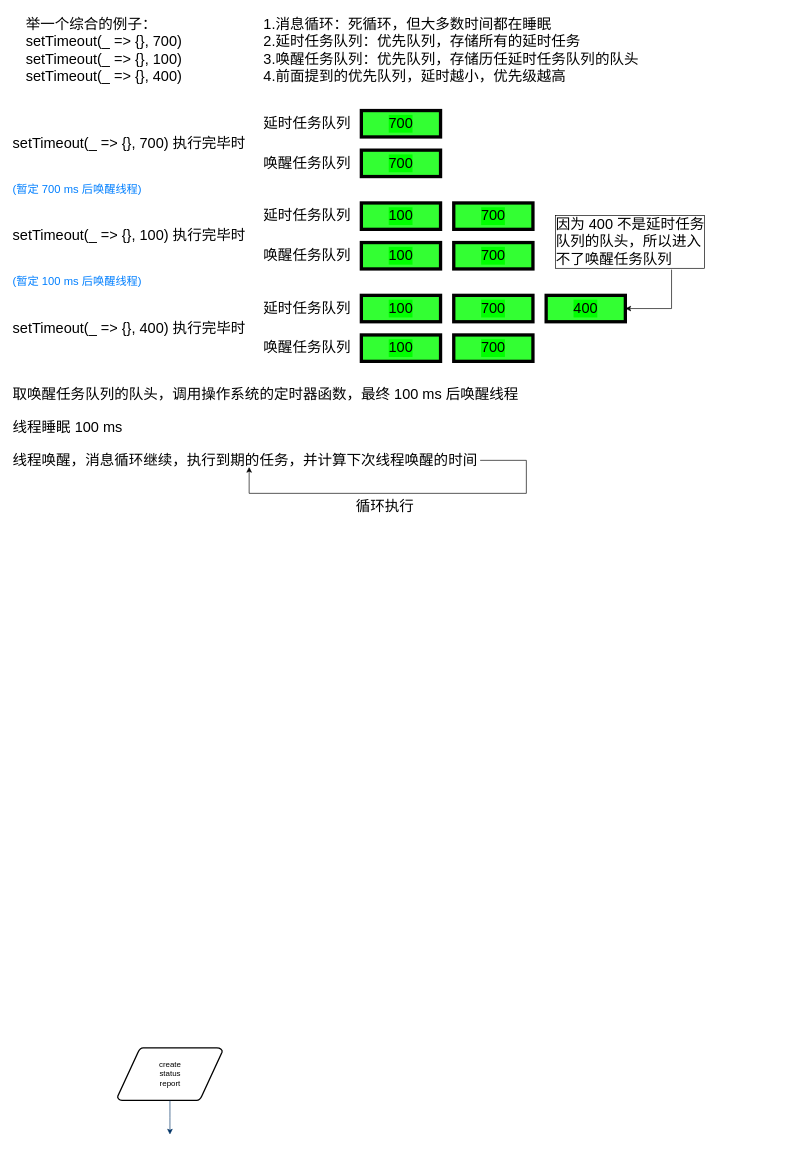
xudale/blog keeps this draw.io diagram as assets/Untitled Diagram.drawio. Above is the earlier version. Source tidied: cells renumbered, new cells numbered last; positions are measured from the earlier drawing's top-left corner, leaving out a move shared by most shapes. Both pictures are drawn from the tidied source at 66%, with x=0, y=0 at pixel (11, 11).
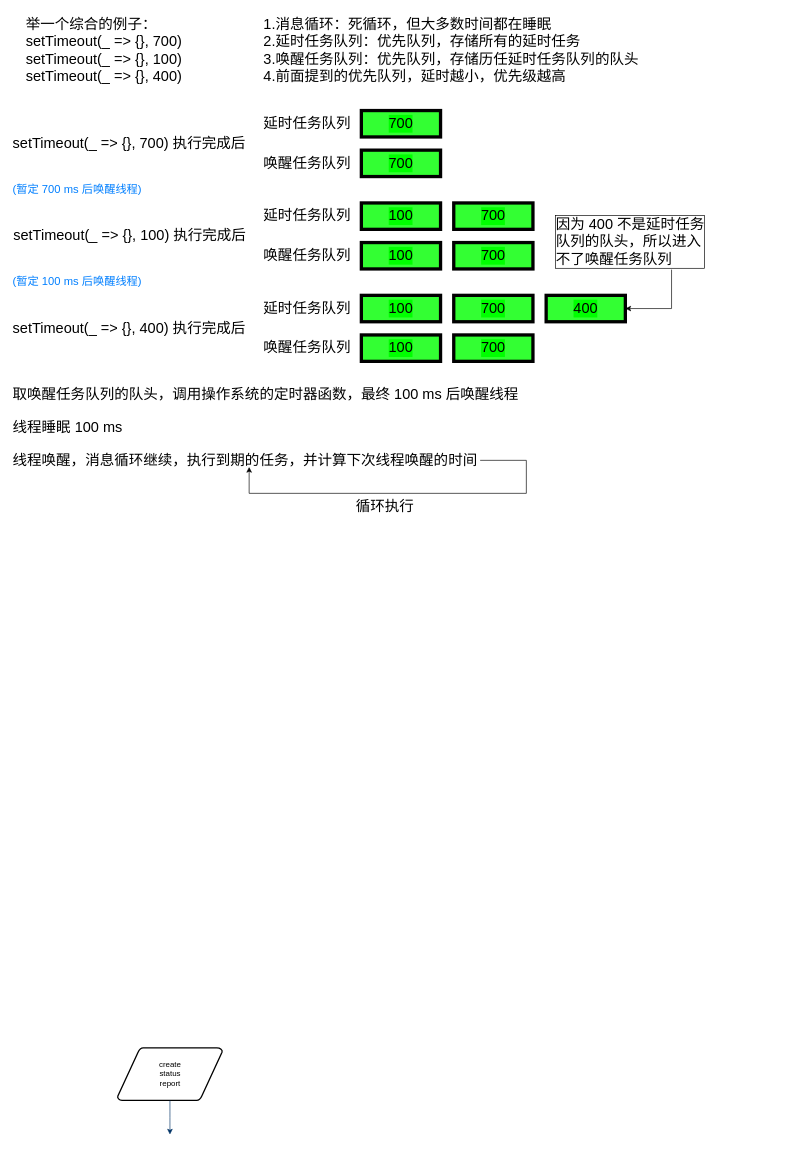
The same page after the edit.

The edit, as a diff of the source:
```diff
@@
-    <mxCell id="6" value="setTimeout(_ =&amp;gt; {}, 700) 执行完毕时" style="text;html=1;strokeColor=none;fillColor=none;align=left;verticalAlign=top;whiteSpace=wrap;rounded=0;strokeWidth=5;perimeterSpacing=1;fontSize=22;horizontal=1;" parent="1" vertex="1">
+    <mxCell id="6" value="setTimeout(_ =&amp;gt; {}, 700) 执行完成后" style="text;html=1;strokeColor=none;fillColor=none;align=left;verticalAlign=top;whiteSpace=wrap;rounded=0;strokeWidth=5;perimeterSpacing=1;fontSize=22;horizontal=1;" parent="1" vertex="1">
       <mxGeometry y="180" width="360" height="40" as="geometry" />
     </mxCell>
-    <mxCell id="7" value="setTimeout(_ =&amp;gt; {}, 100) 执行完毕时" style="text;html=1;strokeColor=none;fillColor=none;align=left;verticalAlign=top;whiteSpace=wrap;rounded=0;strokeWidth=5;perimeterSpacing=1;fontSize=22;horizontal=1;" parent="1" vertex="1">
-      <mxGeometry y="320" width="360" height="40" as="geometry" />
+    <mxCell id="7" value="setTimeout(_ =&amp;gt; {}, 100) 执行完成后" style="text;html=1;strokeColor=none;fillColor=none;align=left;verticalAlign=top;whiteSpace=wrap;rounded=0;strokeWidth=5;perimeterSpacing=1;fontSize=22;horizontal=1;" parent="1" vertex="1">
+      <mxGeometry x="1" y="320" width="360" height="40" as="geometry" />
     </mxCell>
@@
-    <mxCell id="18" value="setTimeout(_ =&amp;gt; {}, 400) 执行完毕时" style="text;html=1;strokeColor=none;fillColor=none;align=left;verticalAlign=top;whiteSpace=wrap;rounded=0;strokeWidth=5;perimeterSpacing=1;fontSize=22;horizontal=1;" parent="1" vertex="1">
+    <mxCell id="18" value="setTimeout(_ =&amp;gt; {}, 400) 执行完成后" style="text;html=1;strokeColor=none;fillColor=none;align=left;verticalAlign=top;whiteSpace=wrap;rounded=0;strokeWidth=5;perimeterSpacing=1;fontSize=22;horizontal=1;" parent="1" vertex="1">
       <mxGeometry y="460" width="360" height="40" as="geometry" />
     </mxCell>
```
